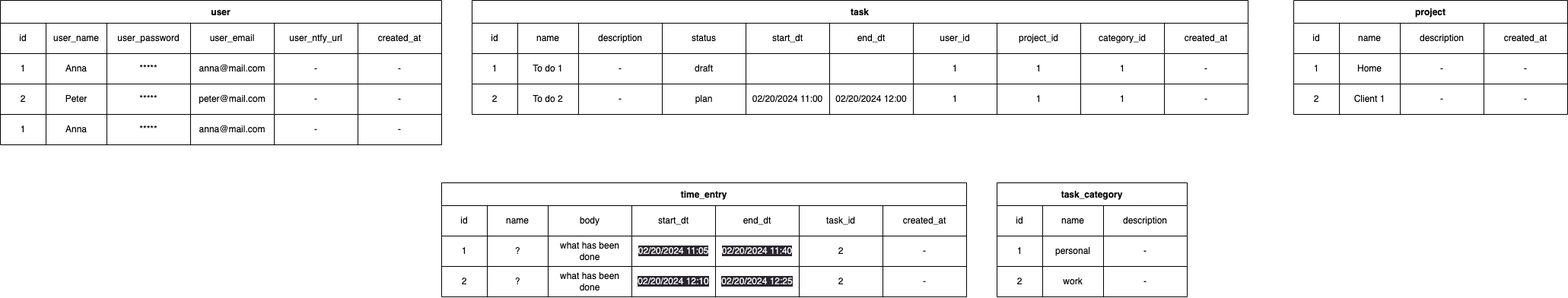
Above: domain_model.png in irakush/personal-time-tracker (draw.io), before the change. Source tidied: cells renumbered, new cells last; positions are measured from the earlier drawing's top-left corner, leaving out a move shared by most shapes.
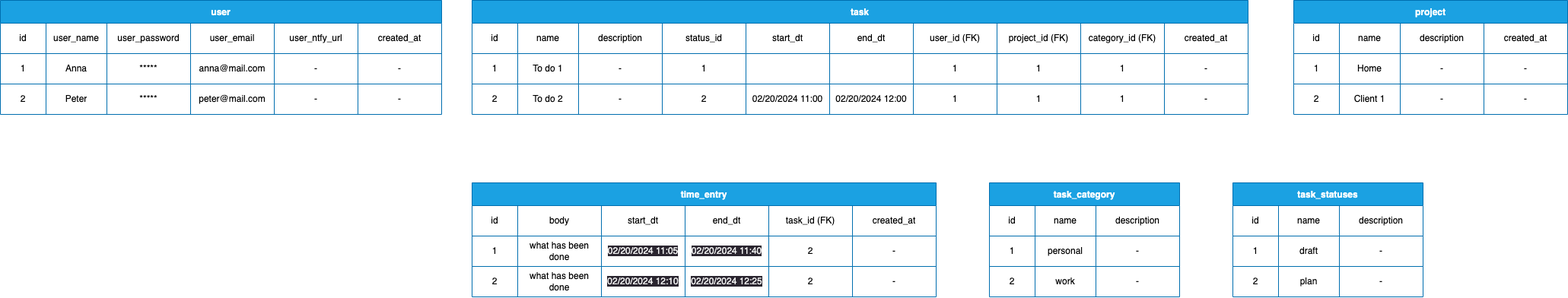
The same file after the commit.

Commit message:
added updated erd and domain model

Change to the diagram source:
```diff
@@ -2,8 +2,8 @@
   <root>
     <mxCell id="0" />
     <mxCell id="1" parent="0" />
-    <mxCell id="2" value="user" style="shape=table;startSize=30;fontStyle=1;align=center;" parent="1" vertex="1">
-      <mxGeometry width="580" height="190" as="geometry" />
+    <mxCell id="2" value="user" style="shape=table;startSize=30;fontStyle=1;align=center;fillColor=#1ba1e2;fontColor=#ffffff;strokeColor=#006EAF;gradientColor=none;swimlaneFillColor=default;" parent="1" vertex="1">
+      <mxGeometry width="580" height="150" as="geometry" />
     </mxCell>
     <mxCell id="3" style="shape=tableRow;horizontal=0;startSize=0;swimlaneHead=0;swimlaneBody=0;top=0;left=0;bottom=0;right=0;fillColor=none;" parent="2" vertex="1">
       <mxGeometry y="30" width="580" height="40" as="geometry" />
@@ -68,28 +68,7 @@
     <mxCell id="23" value="-" style="shape=partialRectangle;html=1;whiteSpace=wrap;fillColor=none;top=0;left=0;bottom=0;right=0;overflow=hidden;" parent="17" vertex="1">
       <mxGeometry x="470" width="110" height="40" as="geometry" />
     </mxCell>
-    <mxCell id="24" style="shape=tableRow;horizontal=0;startSize=0;swimlaneHead=0;swimlaneBody=0;top=0;left=0;bottom=0;right=0;fillColor=none;" parent="2" vertex="1">
-      <mxGeometry y="150" width="580" height="40" as="geometry" />
-    </mxCell>
-    <mxCell id="25" value="1" style="shape=partialRectangle;html=1;whiteSpace=wrap;fillColor=none;top=0;left=0;bottom=0;right=0;overflow=hidden;" parent="24" vertex="1">
-      <mxGeometry width="60" height="40" as="geometry" />
-    </mxCell>
-    <mxCell id="26" value="Anna" style="shape=partialRectangle;html=1;whiteSpace=wrap;fillColor=none;top=0;left=0;bottom=0;right=0;overflow=hidden;" parent="24" vertex="1">
-      <mxGeometry x="60" width="80" height="40" as="geometry" />
-    </mxCell>
-    <mxCell id="27" value="*****" style="shape=partialRectangle;html=1;whiteSpace=wrap;fillColor=none;top=0;left=0;bottom=0;right=0;overflow=hidden;" parent="24" vertex="1">
-      <mxGeometry x="140" width="110" height="40" as="geometry" />
-    </mxCell>
-    <mxCell id="28" value="anna@mail.com" style="shape=partialRectangle;html=1;whiteSpace=wrap;fillColor=none;top=0;left=0;bottom=0;right=0;overflow=hidden;" parent="24" vertex="1">
-      <mxGeometry x="250" width="110" height="40" as="geometry" />
-    </mxCell>
-    <mxCell id="29" value="-" style="shape=partialRectangle;html=1;whiteSpace=wrap;fillColor=none;top=0;left=0;bottom=0;right=0;overflow=hidden;" parent="24" vertex="1">
-      <mxGeometry x="360" width="110" height="40" as="geometry" />
-    </mxCell>
-    <mxCell id="30" value="-" style="shape=partialRectangle;html=1;whiteSpace=wrap;fillColor=none;top=0;left=0;bottom=0;right=0;overflow=hidden;" parent="24" vertex="1">
-      <mxGeometry x="470" width="110" height="40" as="geometry" />
-    </mxCell>
-    <mxCell id="31" value="task" style="shape=table;startSize=30;fontStyle=1;align=center;" parent="1" vertex="1">
+    <mxCell id="31" value="task" style="shape=table;startSize=30;fontStyle=1;align=center;fillColor=#1ba1e2;fontColor=#ffffff;strokeColor=#006EAF;swimlaneFillColor=default;" parent="1" vertex="1">
       <mxGeometry x="620" width="1020" height="150" as="geometry" />
     </mxCell>
     <mxCell id="32" style="shape=tableRow;horizontal=0;startSize=0;swimlaneHead=0;swimlaneBody=0;top=0;left=0;bottom=0;right=0;fillColor=none;" parent="31" vertex="1">
@@ -104,7 +83,7 @@
     <mxCell id="35" value="description" style="shape=partialRectangle;html=1;whiteSpace=wrap;fillColor=none;top=0;left=0;bottom=0;right=0;overflow=hidden;" parent="32" vertex="1">
       <mxGeometry x="140" width="110" height="40" as="geometry" />
     </mxCell>
-    <mxCell id="36" value="status" style="shape=partialRectangle;html=1;whiteSpace=wrap;fillColor=none;top=0;left=0;bottom=0;right=0;overflow=hidden;" parent="32" vertex="1">
+    <mxCell id="36" value="status_id" style="shape=partialRectangle;html=1;whiteSpace=wrap;fillColor=none;top=0;left=0;bottom=0;right=0;overflow=hidden;" parent="32" vertex="1">
       <mxGeometry x="250" width="110" height="40" as="geometry" />
     </mxCell>
     <mxCell id="37" value="start_dt" style="shape=partialRectangle;html=1;whiteSpace=wrap;fillColor=none;top=0;left=0;bottom=0;right=0;overflow=hidden;" parent="32" vertex="1">
@@ -113,13 +92,13 @@
     <mxCell id="38" value="end_dt" style="shape=partialRectangle;html=1;whiteSpace=wrap;fillColor=none;top=0;left=0;bottom=0;right=0;overflow=hidden;" parent="32" vertex="1">
       <mxGeometry x="470" width="110" height="40" as="geometry" />
     </mxCell>
-    <mxCell id="39" value="user_id" style="shape=partialRectangle;html=1;whiteSpace=wrap;fillColor=none;top=0;left=0;bottom=0;right=0;overflow=hidden;" parent="32" vertex="1">
+    <mxCell id="39" value="user_id (FK)" style="shape=partialRectangle;html=1;whiteSpace=wrap;fillColor=none;top=0;left=0;bottom=0;right=0;overflow=hidden;" parent="32" vertex="1">
       <mxGeometry x="580" width="110" height="40" as="geometry" />
     </mxCell>
-    <mxCell id="40" value="project_id" style="shape=partialRectangle;html=1;whiteSpace=wrap;fillColor=none;top=0;left=0;bottom=0;right=0;overflow=hidden;" parent="32" vertex="1">
+    <mxCell id="40" value="project_id (FK)" style="shape=partialRectangle;html=1;whiteSpace=wrap;fillColor=none;top=0;left=0;bottom=0;right=0;overflow=hidden;" parent="32" vertex="1">
       <mxGeometry x="690" width="110" height="40" as="geometry" />
     </mxCell>
-    <mxCell id="41" value="category_id" style="shape=partialRectangle;html=1;whiteSpace=wrap;fillColor=none;top=0;left=0;bottom=0;right=0;overflow=hidden;" parent="32" vertex="1">
+    <mxCell id="41" value="category_id (FK)" style="shape=partialRectangle;html=1;whiteSpace=wrap;fillColor=none;top=0;left=0;bottom=0;right=0;overflow=hidden;" parent="32" vertex="1">
       <mxGeometry x="800" width="110" height="40" as="geometry" />
     </mxCell>
     <mxCell id="42" value="created_at" style="shape=partialRectangle;html=1;whiteSpace=wrap;fillColor=none;top=0;left=0;bottom=0;right=0;overflow=hidden;" parent="32" vertex="1">
@@ -137,7 +116,7 @@
     <mxCell id="46" value="-" style="shape=partialRectangle;html=1;whiteSpace=wrap;fillColor=none;top=0;left=0;bottom=0;right=0;overflow=hidden;" parent="43" vertex="1">
       <mxGeometry x="140" width="110" height="40" as="geometry" />
     </mxCell>
-    <mxCell id="47" value="draft" style="shape=partialRectangle;html=1;whiteSpace=wrap;fillColor=none;top=0;left=0;bottom=0;right=0;overflow=hidden;" parent="43" vertex="1">
+    <mxCell id="47" value="1" style="shape=partialRectangle;html=1;whiteSpace=wrap;fillColor=none;top=0;left=0;bottom=0;right=0;overflow=hidden;" parent="43" vertex="1">
       <mxGeometry x="250" width="110" height="40" as="geometry" />
     </mxCell>
     <mxCell id="48" style="shape=partialRectangle;html=1;whiteSpace=wrap;fillColor=none;top=0;left=0;bottom=0;right=0;overflow=hidden;" parent="43" vertex="1">
@@ -170,7 +149,7 @@
     <mxCell id="57" value="-" style="shape=partialRectangle;html=1;whiteSpace=wrap;fillColor=none;top=0;left=0;bottom=0;right=0;overflow=hidden;" parent="54" vertex="1">
       <mxGeometry x="140" width="110" height="40" as="geometry" />
     </mxCell>
-    <mxCell id="58" value="plan" style="shape=partialRectangle;html=1;whiteSpace=wrap;fillColor=none;top=0;left=0;bottom=0;right=0;overflow=hidden;" parent="54" vertex="1">
+    <mxCell id="58" value="2" style="shape=partialRectangle;html=1;whiteSpace=wrap;fillColor=none;top=0;left=0;bottom=0;right=0;overflow=hidden;" parent="54" vertex="1">
       <mxGeometry x="250" width="110" height="40" as="geometry" />
     </mxCell>
     <mxCell id="59" value="02/20/2024 11:00" style="shape=partialRectangle;html=1;whiteSpace=wrap;fillColor=none;top=0;left=0;bottom=0;right=0;overflow=hidden;" parent="54" vertex="1">
@@ -191,7 +170,7 @@
     <mxCell id="64" value="-" style="shape=partialRectangle;html=1;whiteSpace=wrap;fillColor=none;top=0;left=0;bottom=0;right=0;overflow=hidden;" parent="54" vertex="1">
       <mxGeometry x="910" width="110" height="40" as="geometry" />
     </mxCell>
-    <mxCell id="65" value="project" style="shape=table;startSize=30;fontStyle=1;align=center;" parent="1" vertex="1">
+    <mxCell id="65" value="project" style="shape=table;startSize=30;fontStyle=1;align=center;fillColor=#1ba1e2;fontColor=#ffffff;strokeColor=#006EAF;swimlaneFillColor=default;" parent="1" vertex="1">
       <mxGeometry x="1700" width="360" height="150" as="geometry" />
     </mxCell>
     <mxCell id="66" style="shape=tableRow;horizontal=0;startSize=0;swimlaneHead=0;swimlaneBody=0;top=0;left=0;bottom=0;right=0;fillColor=none;" parent="65" vertex="1">
@@ -239,83 +218,74 @@
     <mxCell id="80" value="-" style="shape=partialRectangle;html=1;whiteSpace=wrap;fillColor=none;top=0;left=0;bottom=0;right=0;overflow=hidden;" parent="76" vertex="1">
       <mxGeometry x="250" width="110" height="40" as="geometry" />
     </mxCell>
-    <mxCell id="81" value="time_entry" style="shape=table;startSize=30;fontStyle=1;align=center;" parent="1" vertex="1">
-      <mxGeometry x="580" y="240" width="690" height="150" as="geometry" />
+    <mxCell id="81" value="time_entry" style="shape=table;startSize=30;fontStyle=1;align=center;fillColor=#1ba1e2;fontColor=#ffffff;strokeColor=#006EAF;swimlaneFillColor=default;" parent="1" vertex="1">
+      <mxGeometry x="620" y="240" width="610" height="150" as="geometry" />
     </mxCell>
     <mxCell id="82" style="shape=tableRow;horizontal=0;startSize=0;swimlaneHead=0;swimlaneBody=0;top=0;left=0;bottom=0;right=0;fillColor=none;" parent="81" vertex="1">
-      <mxGeometry y="30" width="690" height="40" as="geometry" />
+      <mxGeometry y="30" width="610" height="40" as="geometry" />
     </mxCell>
     <mxCell id="83" value="id" style="shape=partialRectangle;html=1;whiteSpace=wrap;fillColor=none;top=0;left=0;bottom=0;right=0;overflow=hidden;" parent="82" vertex="1">
       <mxGeometry width="60" height="40" as="geometry" />
     </mxCell>
-    <mxCell id="84" value="name" style="shape=partialRectangle;html=1;whiteSpace=wrap;fillColor=none;top=0;left=0;bottom=0;right=0;overflow=hidden;" parent="82" vertex="1">
-      <mxGeometry x="60" width="80" height="40" as="geometry" />
-    </mxCell>
     <mxCell id="85" value="body" style="shape=partialRectangle;html=1;whiteSpace=wrap;fillColor=none;top=0;left=0;bottom=0;right=0;overflow=hidden;" parent="82" vertex="1">
-      <mxGeometry x="140" width="110" height="40" as="geometry" />
+      <mxGeometry x="60" width="110" height="40" as="geometry" />
     </mxCell>
     <mxCell id="86" value="start_dt" style="shape=partialRectangle;html=1;whiteSpace=wrap;fillColor=none;top=0;left=0;bottom=0;right=0;overflow=hidden;" parent="82" vertex="1">
-      <mxGeometry x="250" width="110" height="40" as="geometry" />
+      <mxGeometry x="170" width="110" height="40" as="geometry" />
     </mxCell>
     <mxCell id="87" value="end_dt" style="shape=partialRectangle;html=1;whiteSpace=wrap;fillColor=none;top=0;left=0;bottom=0;right=0;overflow=hidden;" parent="82" vertex="1">
-      <mxGeometry x="360" width="110" height="40" as="geometry" />
+      <mxGeometry x="280" width="110" height="40" as="geometry" />
     </mxCell>
-    <mxCell id="88" value="task_id" style="shape=partialRectangle;html=1;whiteSpace=wrap;fillColor=none;top=0;left=0;bottom=0;right=0;overflow=hidden;" parent="82" vertex="1">
-      <mxGeometry x="470" width="110" height="40" as="geometry" />
+    <mxCell id="88" value="task_id (FK)" style="shape=partialRectangle;html=1;whiteSpace=wrap;fillColor=none;top=0;left=0;bottom=0;right=0;overflow=hidden;" parent="82" vertex="1">
+      <mxGeometry x="390" width="110" height="40" as="geometry" />
     </mxCell>
     <mxCell id="89" value="created_at" style="shape=partialRectangle;html=1;whiteSpace=wrap;fillColor=none;top=0;left=0;bottom=0;right=0;overflow=hidden;" parent="82" vertex="1">
-      <mxGeometry x="580" width="110" height="40" as="geometry" />
+      <mxGeometry x="500" width="110" height="40" as="geometry" />
     </mxCell>
     <mxCell id="90" style="shape=tableRow;horizontal=0;startSize=0;swimlaneHead=0;swimlaneBody=0;top=0;left=0;bottom=0;right=0;fillColor=none;" parent="81" vertex="1">
-      <mxGeometry y="70" width="690" height="40" as="geometry" />
+      <mxGeometry y="70" width="610" height="40" as="geometry" />
     </mxCell>
     <mxCell id="91" value="1" style="shape=partialRectangle;html=1;whiteSpace=wrap;fillColor=none;top=0;left=0;bottom=0;right=0;overflow=hidden;" parent="90" vertex="1">
       <mxGeometry width="60" height="40" as="geometry" />
     </mxCell>
-    <mxCell id="92" value="?" style="shape=partialRectangle;html=1;whiteSpace=wrap;fillColor=none;top=0;left=0;bottom=0;right=0;overflow=hidden;" parent="90" vertex="1">
-      <mxGeometry x="60" width="80" height="40" as="geometry" />
-    </mxCell>
     <mxCell id="93" value="what has been done" style="shape=partialRectangle;html=1;whiteSpace=wrap;fillColor=none;top=0;left=0;bottom=0;right=0;overflow=hidden;" parent="90" vertex="1">
-      <mxGeometry x="140" width="110" height="40" as="geometry" />
+      <mxGeometry x="60" width="110" height="40" as="geometry" />
     </mxCell>
     <mxCell id="94" value="&lt;span style=&quot;color: rgb(240, 240, 240); font-family: Helvetica; font-size: 12px; font-style: normal; font-variant-ligatures: normal; font-variant-caps: normal; font-weight: 400; letter-spacing: normal; orphans: 2; text-align: center; text-indent: 0px; text-transform: none; widows: 2; word-spacing: 0px; -webkit-text-stroke-width: 0px; background-color: rgb(42, 37, 47); text-decoration-thickness: initial; text-decoration-style: initial; text-decoration-color: initial; float: none; display: inline !important;&quot;&gt;02/20/2024 11:05&lt;/span&gt;" style="shape=partialRectangle;html=1;whiteSpace=wrap;fillColor=none;top=0;left=0;bottom=0;right=0;overflow=hidden;" parent="90" vertex="1">
-      <mxGeometry x="250" width="110" height="40" as="geometry" />
+      <mxGeometry x="170" width="110" height="40" as="geometry" />
     </mxCell>
     <mxCell id="95" value="&lt;span style=&quot;color: rgb(240, 240, 240); font-family: Helvetica; font-size: 12px; font-style: normal; font-variant-ligatures: normal; font-variant-caps: normal; font-weight: 400; letter-spacing: normal; orphans: 2; text-align: center; text-indent: 0px; text-transform: none; widows: 2; word-spacing: 0px; -webkit-text-stroke-width: 0px; background-color: rgb(42, 37, 47); text-decoration-thickness: initial; text-decoration-style: initial; text-decoration-color: initial; float: none; display: inline !important;&quot;&gt;02/20/2024 11:40&lt;/span&gt;" style="shape=partialRectangle;html=1;whiteSpace=wrap;fillColor=none;top=0;left=0;bottom=0;right=0;overflow=hidden;" parent="90" vertex="1">
-      <mxGeometry x="360" width="110" height="40" as="geometry" />
+      <mxGeometry x="280" width="110" height="40" as="geometry" />
     </mxCell>
     <mxCell id="96" value="2" style="shape=partialRectangle;html=1;whiteSpace=wrap;fillColor=none;top=0;left=0;bottom=0;right=0;overflow=hidden;" parent="90" vertex="1">
-      <mxGeometry x="470" width="110" height="40" as="geometry" />
+      <mxGeometry x="390" width="110" height="40" as="geometry" />
     </mxCell>
     <mxCell id="97" value="-" style="shape=partialRectangle;html=1;whiteSpace=wrap;fillColor=none;top=0;left=0;bottom=0;right=0;overflow=hidden;" parent="90" vertex="1">
-      <mxGeometry x="580" width="110" height="40" as="geometry" />
+      <mxGeometry x="500" width="110" height="40" as="geometry" />
     </mxCell>
     <mxCell id="98" style="shape=tableRow;horizontal=0;startSize=0;swimlaneHead=0;swimlaneBody=0;top=0;left=0;bottom=0;right=0;fillColor=none;" parent="81" vertex="1">
-      <mxGeometry y="110" width="690" height="40" as="geometry" />
+      <mxGeometry y="110" width="610" height="40" as="geometry" />
     </mxCell>
     <mxCell id="99" value="2" style="shape=partialRectangle;html=1;whiteSpace=wrap;fillColor=none;top=0;left=0;bottom=0;right=0;overflow=hidden;" parent="98" vertex="1">
       <mxGeometry width="60" height="40" as="geometry" />
     </mxCell>
-    <mxCell id="100" value="?" style="shape=partialRectangle;html=1;whiteSpace=wrap;fillColor=none;top=0;left=0;bottom=0;right=0;overflow=hidden;" parent="98" vertex="1">
-      <mxGeometry x="60" width="80" height="40" as="geometry" />
-    </mxCell>
     <mxCell id="101" value="what has been done" style="shape=partialRectangle;html=1;whiteSpace=wrap;fillColor=none;top=0;left=0;bottom=0;right=0;overflow=hidden;" parent="98" vertex="1">
-      <mxGeometry x="140" width="110" height="40" as="geometry" />
+      <mxGeometry x="60" width="110" height="40" as="geometry" />
     </mxCell>
     <mxCell id="102" value="&lt;span style=&quot;color: rgb(240, 240, 240); font-family: Helvetica; font-size: 12px; font-style: normal; font-variant-ligatures: normal; font-variant-caps: normal; font-weight: 400; letter-spacing: normal; orphans: 2; text-align: center; text-indent: 0px; text-transform: none; widows: 2; word-spacing: 0px; -webkit-text-stroke-width: 0px; background-color: rgb(42, 37, 47); text-decoration-thickness: initial; text-decoration-style: initial; text-decoration-color: initial; float: none; display: inline !important;&quot;&gt;02/20/2024 12:10&lt;/span&gt;" style="shape=partialRectangle;html=1;whiteSpace=wrap;fillColor=none;top=0;left=0;bottom=0;right=0;overflow=hidden;" parent="98" vertex="1">
-      <mxGeometry x="250" width="110" height="40" as="geometry" />
+      <mxGeometry x="170" width="110" height="40" as="geometry" />
     </mxCell>
     <mxCell id="103" value="&lt;span style=&quot;color: rgb(240, 240, 240); font-family: Helvetica; font-size: 12px; font-style: normal; font-variant-ligatures: normal; font-variant-caps: normal; font-weight: 400; letter-spacing: normal; orphans: 2; text-align: center; text-indent: 0px; text-transform: none; widows: 2; word-spacing: 0px; -webkit-text-stroke-width: 0px; background-color: rgb(42, 37, 47); text-decoration-thickness: initial; text-decoration-style: initial; text-decoration-color: initial; float: none; display: inline !important;&quot;&gt;02/20/2024 12:25&lt;/span&gt;" style="shape=partialRectangle;html=1;whiteSpace=wrap;fillColor=none;top=0;left=0;bottom=0;right=0;overflow=hidden;" parent="98" vertex="1">
-      <mxGeometry x="360" width="110" height="40" as="geometry" />
+      <mxGeometry x="280" width="110" height="40" as="geometry" />
     </mxCell>
     <mxCell id="104" value="2" style="shape=partialRectangle;html=1;whiteSpace=wrap;fillColor=none;top=0;left=0;bottom=0;right=0;overflow=hidden;" parent="98" vertex="1">
-      <mxGeometry x="470" width="110" height="40" as="geometry" />
+      <mxGeometry x="390" width="110" height="40" as="geometry" />
     </mxCell>
     <mxCell id="105" value="-" style="shape=partialRectangle;html=1;whiteSpace=wrap;fillColor=none;top=0;left=0;bottom=0;right=0;overflow=hidden;" parent="98" vertex="1">
-      <mxGeometry x="580" width="110" height="40" as="geometry" />
+      <mxGeometry x="500" width="110" height="40" as="geometry" />
     </mxCell>
-    <mxCell id="106" value="task_category" style="shape=table;startSize=30;fontStyle=1;align=center;" parent="1" vertex="1">
-      <mxGeometry x="1310" y="240" width="250" height="150" as="geometry" />
+    <mxCell id="106" value="task_category" style="shape=table;startSize=30;fontStyle=1;align=center;fillColor=#1ba1e2;fontColor=#ffffff;strokeColor=#006EAF;swimlaneFillColor=default;" parent="1" vertex="1">
+      <mxGeometry x="1300" y="240" width="250" height="150" as="geometry" />
     </mxCell>
     <mxCell id="107" style="shape=tableRow;horizontal=0;startSize=0;swimlaneHead=0;swimlaneBody=0;top=0;left=0;bottom=0;right=0;fillColor=none;" parent="106" vertex="1">
       <mxGeometry y="30" width="250" height="40" as="geometry" />
@@ -353,5 +323,44 @@
     <mxCell id="118" value="-" style="shape=partialRectangle;html=1;whiteSpace=wrap;fillColor=none;top=0;left=0;bottom=0;right=0;overflow=hidden;" parent="115" vertex="1">
       <mxGeometry x="140" width="110" height="40" as="geometry" />
     </mxCell>
+    <mxCell id="119" value="task_statuses" style="shape=table;startSize=30;fontStyle=1;align=center;fillColor=#1ba1e2;fontColor=#ffffff;strokeColor=#006EAF;swimlaneFillColor=default;" parent="1" vertex="1">
+      <mxGeometry x="1620" y="240" width="250" height="150" as="geometry" />
+    </mxCell>
+    <mxCell id="120" style="shape=tableRow;horizontal=0;startSize=0;swimlaneHead=0;swimlaneBody=0;top=0;left=0;bottom=0;right=0;fillColor=none;" parent="119" vertex="1">
+      <mxGeometry y="30" width="250" height="40" as="geometry" />
+    </mxCell>
+    <mxCell id="121" value="id" style="shape=partialRectangle;html=1;whiteSpace=wrap;fillColor=none;top=0;left=0;bottom=0;right=0;overflow=hidden;" parent="120" vertex="1">
+      <mxGeometry width="60" height="40" as="geometry" />
+    </mxCell>
+    <mxCell id="84" value="name" style="shape=partialRectangle;html=1;whiteSpace=wrap;fillColor=none;top=0;left=0;bottom=0;right=0;overflow=hidden;" parent="120" vertex="1">
+      <mxGeometry x="60" width="80" height="40" as="geometry" />
+    </mxCell>
+    <mxCell id="122" value="description" style="shape=partialRectangle;html=1;whiteSpace=wrap;fillColor=none;top=0;left=0;bottom=0;right=0;overflow=hidden;" parent="120" vertex="1">
+      <mxGeometry x="140" width="110" height="40" as="geometry" />
+    </mxCell>
+    <mxCell id="123" style="shape=tableRow;horizontal=0;startSize=0;swimlaneHead=0;swimlaneBody=0;top=0;left=0;bottom=0;right=0;fillColor=none;" parent="119" vertex="1">
+      <mxGeometry y="70" width="250" height="40" as="geometry" />
+    </mxCell>
+    <mxCell id="25" value="1" style="shape=partialRectangle;html=1;whiteSpace=wrap;fillColor=none;top=0;left=0;bottom=0;right=0;overflow=hidden;" parent="123" vertex="1">
+      <mxGeometry width="60" height="40" as="geometry" />
+    </mxCell>
+    <mxCell id="124" value="draft" style="shape=partialRectangle;html=1;whiteSpace=wrap;fillColor=none;top=0;left=0;bottom=0;right=0;overflow=hidden;" parent="123" vertex="1">
+      <mxGeometry x="60" width="80" height="40" as="geometry" />
+    </mxCell>
+    <mxCell id="125" value="-" style="shape=partialRectangle;html=1;whiteSpace=wrap;fillColor=none;top=0;left=0;bottom=0;right=0;overflow=hidden;" parent="123" vertex="1">
+      <mxGeometry x="140" width="110" height="40" as="geometry" />
+    </mxCell>
+    <mxCell id="126" style="shape=tableRow;horizontal=0;startSize=0;swimlaneHead=0;swimlaneBody=0;top=0;left=0;bottom=0;right=0;fillColor=none;" parent="119" vertex="1">
+      <mxGeometry y="110" width="250" height="40" as="geometry" />
+    </mxCell>
+    <mxCell id="127" value="2" style="shape=partialRectangle;html=1;whiteSpace=wrap;fillColor=none;top=0;left=0;bottom=0;right=0;overflow=hidden;" parent="126" vertex="1">
+      <mxGeometry width="60" height="40" as="geometry" />
+    </mxCell>
+    <mxCell id="128" value="plan" style="shape=partialRectangle;html=1;whiteSpace=wrap;fillColor=none;top=0;left=0;bottom=0;right=0;overflow=hidden;" parent="126" vertex="1">
+      <mxGeometry x="60" width="80" height="40" as="geometry" />
+    </mxCell>
+    <mxCell id="129" value="-" style="shape=partialRectangle;html=1;whiteSpace=wrap;fillColor=none;top=0;left=0;bottom=0;right=0;overflow=hidden;" parent="126" vertex="1">
+      <mxGeometry x="140" width="110" height="40" as="geometry" />
+    </mxCell>
   </root>
 </mxGraphModel>
```
